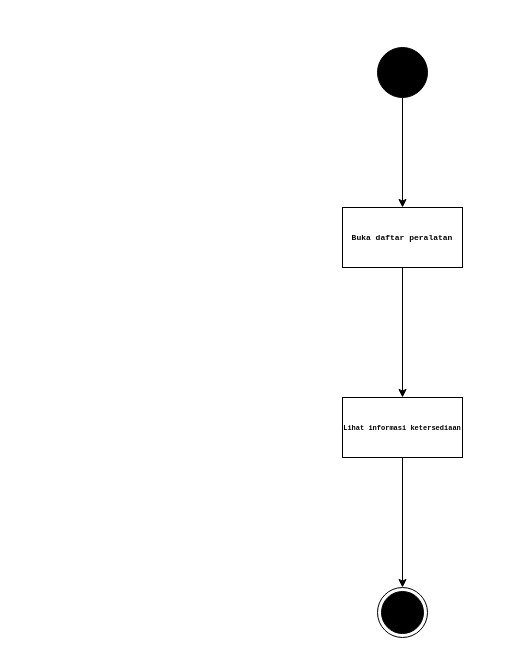
The draw.io diagram 03_latihan_tools/P01/P01_2406043_latihan_activity_v01.drawio in pieceofshl/IFRWP5149_2406043_LabAlat, before the edit. Source tidied: cells renumbered, new cells numbered last; positions are measured from the earlier drawing's top-left corner, leaving out a move shared by most shapes. Both pictures are drawn from the tidied source at 100%, with x=0, y=0 at pixel (342, 47).
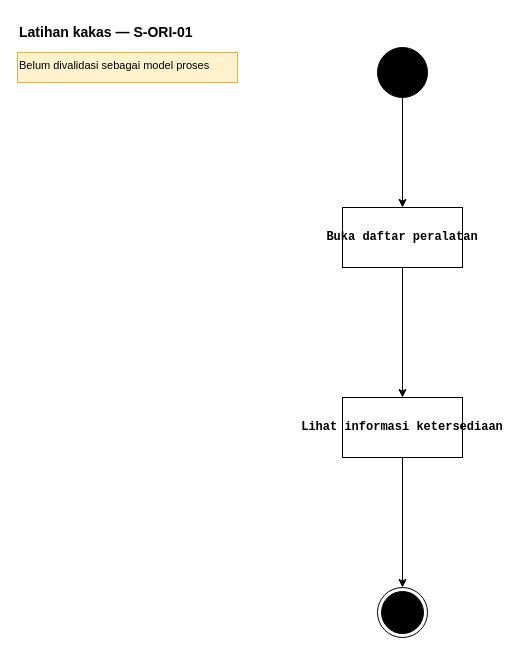
The same diagram, later.

Change to the diagram source:
```diff
@@
 <mxGraphModel>
   <root>
     <mxCell id="0" />
     <mxCell id="1" parent="0" />
     <mxCell id="2" style="edgeStyle=orthogonalEdgeStyle;rounded=0;jettySize=auto;html=1;" parent="1" edge="1" source="3" target="6">
       <mxGeometry relative="1" as="geometry" />
     </mxCell>
     <mxCell id="3" style="ellipse;fillColor=strokeColor;html=1;" parent="1" vertex="1">
       <mxGeometry x="35" width="50" height="50" as="geometry" />
     </mxCell>
     <mxCell id="4" style="ellipse;html=1;shape=endState;fillColor=strokeColor;" parent="1" vertex="1">
       <mxGeometry x="35" y="540" width="50" height="50" as="geometry" />
     </mxCell>
     <mxCell id="5" style="edgeStyle=orthogonalEdgeStyle;rounded=0;jettySize=auto;html=1;" parent="1" edge="1" source="6" target="7">
       <mxGeometry relative="1" as="geometry" />
     </mxCell>
-    <mxCell id="6" value="&lt;div style=&quot;font-family: Consolas, &amp;quot;Courier New&amp;quot;, monospace; line-height: 19px; white-space: pre;&quot;&gt;&lt;font style=&quot;font-size: 8px; color: rgb(0, 0, 0);&quot;&gt;&lt;b&gt;Buka daftar peralatan&lt;/b&gt;&lt;/font&gt;&lt;/div&gt;" style="whiteSpace=wrap;html=1;strokeColor=default;" parent="1" vertex="1">
+    <mxCell id="6" value="&lt;div style=&quot;font-family: Consolas, &amp;quot;Courier New&amp;quot;, monospace; line-height: 19px; white-space: pre;&quot;&gt;&lt;font style=&quot;font-size: 12px; color: rgb(0, 0, 0);&quot;&gt;&lt;b&gt;Buka daftar peralatan&lt;/b&gt;&lt;/font&gt;&lt;/div&gt;" style="whiteSpace=wrap;html=1;strokeColor=default;" parent="1" vertex="1">
       <mxGeometry y="160" width="120" height="60" as="geometry" />
     </mxCell>
-    <mxCell id="7" value="&lt;div style=&quot;font-family: Consolas, &amp;quot;Courier New&amp;quot;, monospace; line-height: 19px; white-space: pre;&quot;&gt;&lt;font style=&quot;font-size: 7px; color: rgb(0, 0, 0);&quot;&gt;&lt;b&gt;Lihat informasi ketersediaan&lt;/b&gt;&lt;/font&gt;&lt;/div&gt;" style="whiteSpace=wrap;html=1;" parent="1" vertex="1">
+    <mxCell id="7" value="&lt;div style=&quot;font-family: Consolas, &amp;quot;Courier New&amp;quot;, monospace; line-height: 19px; white-space: pre;&quot;&gt;&lt;font style=&quot;font-size: 12px; color: rgb(0, 0, 0);&quot;&gt;&lt;b&gt;Lihat informasi ketersediaan&lt;/b&gt;&lt;/font&gt;&lt;/div&gt;" style="whiteSpace=wrap;html=1;" parent="1" vertex="1">
       <mxGeometry y="350" width="120" height="60" as="geometry" />
     </mxCell>
     <mxCell id="8" style="edgeStyle=orthogonalEdgeStyle;rounded=0;jettySize=auto;html=1;entryX=0.5;entryY=0;entryDx=0;entryDy=0;" parent="1" edge="1" source="7" target="4">
       <mxGeometry relative="1" as="geometry" />
     </mxCell>
+    <mxCell id="9" value="Latihan kakas — S-ORI-01" style="text;html=1;align=left;fontStyle=1;fontSize=14;" parent="1" vertex="1">
+      <mxGeometry x="-325" y="-30" width="300" height="30" as="geometry" />
+    </mxCell>
+    <mxCell id="10" value="Belum divalidasi sebagai model proses" style="text;html=1;align=left;fontSize=11;fillColor=#fff2cc;strokeColor=#d6b656;whiteSpace=wrap;" parent="1" vertex="1">
+      <mxGeometry x="-325" y="5" width="220" height="30" as="geometry" />
+    </mxCell>
   </root>
 </mxGraphModel>
```
